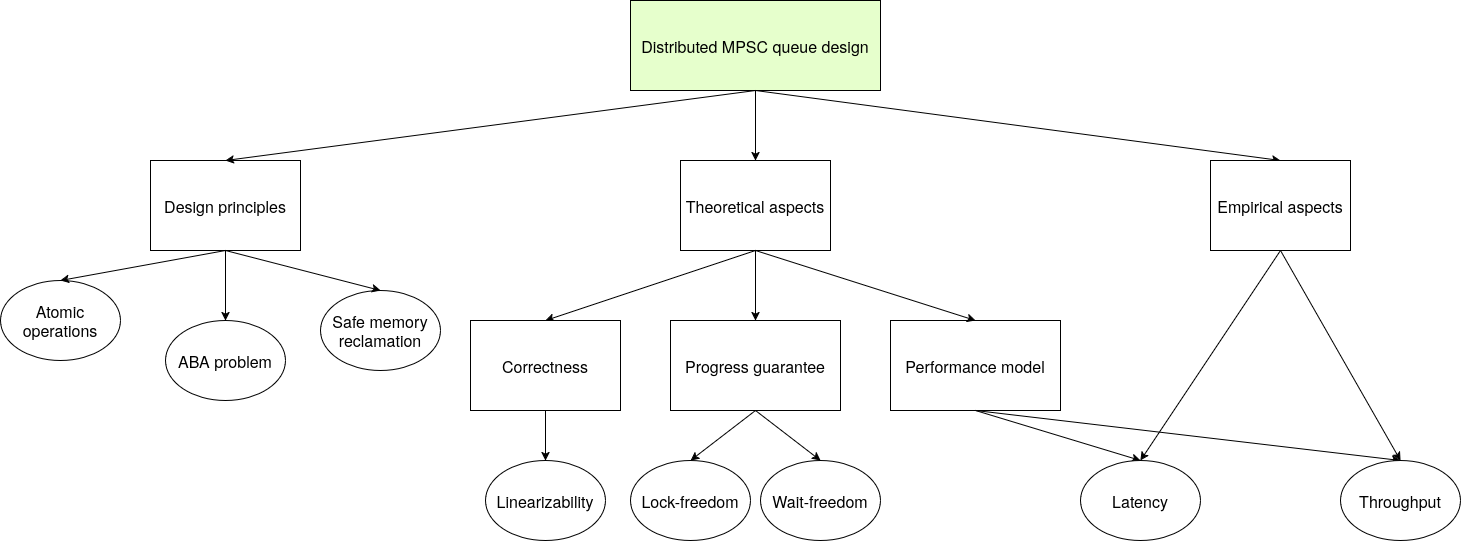
Before: report/static/images/thesis-overview.png, a diagram exported from draw.io (Huy-DNA/MPiSC). Source tidied: cells renumbered, new cells last; positions are measured from the earlier drawing's top-left corner, leaving out a move shared by most shapes. Its diagram source:
```xml
<mxGraphModel>
  <root>
    <mxCell id="0" />
    <mxCell id="1" parent="0" />
    <mxCell id="2" value="Distributed MPSC queue design" style="rounded=0;whiteSpace=wrap;html=1;fontSize=16;fillColor=#E6FFCC;" parent="1" vertex="1">
      <mxGeometry x="630" width="250" height="90" as="geometry" />
    </mxCell>
    <mxCell id="3" style="endArrow=classic;html=1;rounded=0;exitX=0.5;exitY=1;exitDx=0;exitDy=0;entryX=0.5;entryY=0;entryDx=0;entryDy=0;" parent="1" edge="1" source="2" target="5">
      <mxGeometry relative="1" as="geometry" />
    </mxCell>
    <mxCell id="4" style="endArrow=classic;html=1;rounded=0;exitX=0.5;exitY=1;exitDx=0;exitDy=0;entryX=0.5;entryY=0;entryDx=0;entryDy=0;" parent="1" edge="1" source="2" target="6">
      <mxGeometry relative="1" as="geometry" />
    </mxCell>
    <mxCell id="5" value="Theoretical aspects" style="rounded=0;whiteSpace=wrap;html=1;fontSize=16;" parent="1" vertex="1">
      <mxGeometry x="680" y="160" width="150" height="90" as="geometry" />
    </mxCell>
    <mxCell id="6" value="Empirical aspects" style="rounded=0;whiteSpace=wrap;html=1;fontSize=16;" parent="1" vertex="1">
      <mxGeometry x="1210" y="160" width="140" height="90" as="geometry" />
    </mxCell>
    <mxCell id="7" style="endArrow=classic;html=1;rounded=0;exitX=0.5;exitY=1;exitDx=0;exitDy=0;entryX=0.5;entryY=0;entryDx=0;entryDy=0;" parent="1" edge="1" source="5" target="8">
      <mxGeometry relative="1" as="geometry" />
    </mxCell>
    <mxCell id="8" value="Correctness" style="rounded=0;whiteSpace=wrap;html=1;fontSize=16;" parent="1" vertex="1">
      <mxGeometry x="470" y="320" width="150" height="90" as="geometry" />
    </mxCell>
    <mxCell id="9" value="Progress guarantee" style="rounded=0;whiteSpace=wrap;html=1;fontSize=16;" parent="1" vertex="1">
      <mxGeometry x="670" y="320" width="170" height="90" as="geometry" />
    </mxCell>
    <mxCell id="10" style="endArrow=classic;html=1;rounded=0;entryX=0.5;entryY=0;entryDx=0;entryDy=0;exitX=0.5;exitY=1;exitDx=0;exitDy=0;" parent="1" edge="1" source="5" target="9">
      <mxGeometry relative="1" as="geometry" />
    </mxCell>
    <mxCell id="11" value="Performance model" style="rounded=0;whiteSpace=wrap;html=1;fontSize=16;" parent="1" vertex="1">
      <mxGeometry x="890" y="320" width="170" height="90" as="geometry" />
    </mxCell>
    <mxCell id="12" style="endArrow=classic;html=1;rounded=0;entryX=0.5;entryY=0;entryDx=0;entryDy=0;exitX=0.5;exitY=1;exitDx=0;exitDy=0;" parent="1" edge="1" source="5" target="11">
      <mxGeometry relative="1" as="geometry" />
    </mxCell>
    <mxCell id="13" style="endArrow=classic;html=1;rounded=0;exitX=0.5;exitY=1;exitDx=0;exitDy=0;entryX=0.5;entryY=0;entryDx=0;entryDy=0;" parent="1" edge="1" source="6" target="17">
      <mxGeometry relative="1" as="geometry" />
    </mxCell>
    <mxCell id="14" style="endArrow=classic;html=1;rounded=0;exitX=0.5;exitY=1;exitDx=0;exitDy=0;entryX=0.5;entryY=0;entryDx=0;entryDy=0;" parent="1" edge="1" source="6" target="18">
      <mxGeometry relative="1" as="geometry" />
    </mxCell>
    <mxCell id="15" style="endArrow=classic;html=1;rounded=0;exitX=0.5;exitY=1;exitDx=0;exitDy=0;entryX=0.5;entryY=0;entryDx=0;entryDy=0;" parent="1" edge="1" source="11" target="17">
      <mxGeometry relative="1" as="geometry" />
    </mxCell>
    <mxCell id="16" style="endArrow=classic;html=1;rounded=0;exitX=0.5;exitY=1;exitDx=0;exitDy=0;entryX=0.5;entryY=0;entryDx=0;entryDy=0;" parent="1" edge="1" source="11" target="18">
      <mxGeometry relative="1" as="geometry" />
    </mxCell>
    <mxCell id="17" value="Latency" style="ellipse;whiteSpace=wrap;html=1;fontSize=16;" parent="1" vertex="1">
      <mxGeometry x="1080" y="460" width="120" height="80" as="geometry" />
    </mxCell>
    <mxCell id="18" value="Throughput" style="ellipse;whiteSpace=wrap;html=1;fontSize=16;" parent="1" vertex="1">
      <mxGeometry x="1340" y="460" width="120" height="80" as="geometry" />
    </mxCell>
    <mxCell id="19" value="Linearizability" style="ellipse;whiteSpace=wrap;html=1;fontSize=16;" parent="1" vertex="1">
      <mxGeometry x="485" y="460" width="120" height="80" as="geometry" />
    </mxCell>
    <mxCell id="20" style="endArrow=classic;html=1;rounded=0;exitX=0.5;exitY=1;exitDx=0;exitDy=0;entryX=0.5;entryY=0;entryDx=0;entryDy=0;" parent="1" edge="1" source="8" target="19">
      <mxGeometry relative="1" as="geometry" />
    </mxCell>
    <mxCell id="21" style="endArrow=classic;html=1;rounded=0;exitX=0.5;exitY=1;exitDx=0;exitDy=0;entryX=0.5;entryY=0;entryDx=0;entryDy=0;" parent="1" edge="1" source="9" target="22">
      <mxGeometry relative="1" as="geometry" />
    </mxCell>
    <mxCell id="22" value="Lock-freedom" style="ellipse;whiteSpace=wrap;html=1;fontSize=16;" parent="1" vertex="1">
      <mxGeometry x="630" y="460" width="120" height="80" as="geometry" />
    </mxCell>
    <mxCell id="23" value="Wait-freedom" style="ellipse;whiteSpace=wrap;html=1;fontSize=16;" parent="1" vertex="1">
      <mxGeometry x="760" y="460" width="120" height="80" as="geometry" />
    </mxCell>
    <mxCell id="24" value="Design principles" style="rounded=0;whiteSpace=wrap;html=1;fontSize=16;" parent="1" vertex="1">
      <mxGeometry x="150" y="160" width="150" height="90" as="geometry" />
    </mxCell>
    <mxCell id="25" value="Atomic operations" style="ellipse;whiteSpace=wrap;html=1;fontSize=16;" parent="1" vertex="1">
      <mxGeometry y="280" width="120" height="80" as="geometry" />
    </mxCell>
    <mxCell id="26" value="ABA problem" style="ellipse;whiteSpace=wrap;html=1;fontSize=16;" parent="1" vertex="1">
      <mxGeometry x="165" y="320" width="120" height="80" as="geometry" />
    </mxCell>
    <mxCell id="27" value="Safe memory reclamation" style="ellipse;whiteSpace=wrap;html=1;fontSize=16;" parent="1" vertex="1">
      <mxGeometry x="320" y="290" width="120" height="80" as="geometry" />
    </mxCell>
    <mxCell id="28" style="endArrow=classic;html=1;rounded=0;exitX=0.5;exitY=1;exitDx=0;exitDy=0;entryX=0.5;entryY=0;entryDx=0;entryDy=0;" parent="1" edge="1" source="24" target="25">
      <mxGeometry relative="1" as="geometry" />
    </mxCell>
    <mxCell id="29" style="endArrow=classic;html=1;rounded=0;exitX=0.5;exitY=1;exitDx=0;exitDy=0;entryX=0.5;entryY=0;entryDx=0;entryDy=0;" parent="1" edge="1" source="24" target="26">
      <mxGeometry relative="1" as="geometry" />
    </mxCell>
    <mxCell id="30" style="endArrow=classic;html=1;rounded=0;exitX=0.5;exitY=1;exitDx=0;exitDy=0;entryX=0.5;entryY=0;entryDx=0;entryDy=0;" parent="1" edge="1" source="24" target="27">
      <mxGeometry relative="1" as="geometry" />
    </mxCell>
    <mxCell id="31" style="endArrow=classic;html=1;rounded=0;exitX=0.5;exitY=1;exitDx=0;exitDy=0;entryX=0.5;entryY=0;entryDx=0;entryDy=0;" parent="1" edge="1" source="9" target="23">
      <mxGeometry relative="1" as="geometry" />
    </mxCell>
    <mxCell id="32" style="endArrow=classic;html=1;rounded=0;exitX=0.5;exitY=1;exitDx=0;exitDy=0;entryX=0.5;entryY=0;entryDx=0;entryDy=0;" parent="1" edge="1" source="2" target="24">
      <mxGeometry relative="1" as="geometry" />
    </mxCell>
  </root>
</mxGraphModel>
```
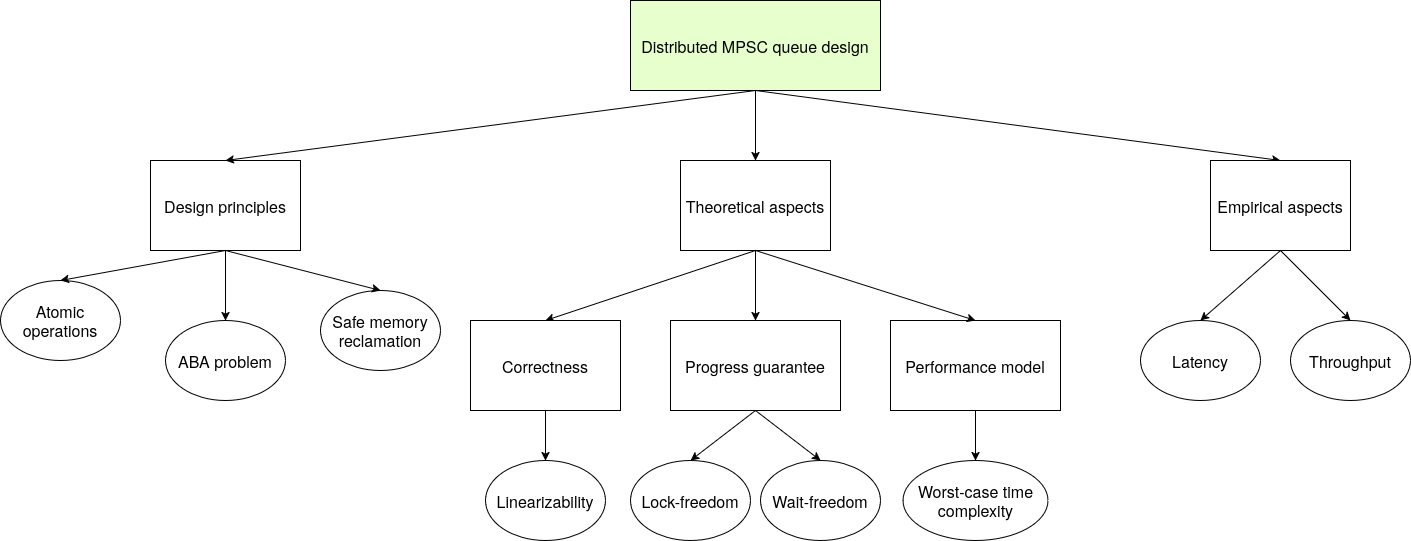
The same file after the commit.

Commit message:
fix(report): thesis overview

Change to the diagram source:
```diff
@@ -41,17 +41,11 @@
     <mxCell id="14" style="endArrow=classic;html=1;rounded=0;exitX=0.5;exitY=1;exitDx=0;exitDy=0;entryX=0.5;entryY=0;entryDx=0;entryDy=0;" parent="1" edge="1" source="6" target="18">
       <mxGeometry relative="1" as="geometry" />
     </mxCell>
-    <mxCell id="15" style="endArrow=classic;html=1;rounded=0;exitX=0.5;exitY=1;exitDx=0;exitDy=0;entryX=0.5;entryY=0;entryDx=0;entryDy=0;" parent="1" edge="1" source="11" target="17">
-      <mxGeometry relative="1" as="geometry" />
-    </mxCell>
-    <mxCell id="16" style="endArrow=classic;html=1;rounded=0;exitX=0.5;exitY=1;exitDx=0;exitDy=0;entryX=0.5;entryY=0;entryDx=0;entryDy=0;" parent="1" edge="1" source="11" target="18">
-      <mxGeometry relative="1" as="geometry" />
-    </mxCell>
     <mxCell id="17" value="Latency" style="ellipse;whiteSpace=wrap;html=1;fontSize=16;" parent="1" vertex="1">
-      <mxGeometry x="1080" y="460" width="120" height="80" as="geometry" />
+      <mxGeometry x="1140" y="320" width="120" height="80" as="geometry" />
     </mxCell>
     <mxCell id="18" value="Throughput" style="ellipse;whiteSpace=wrap;html=1;fontSize=16;" parent="1" vertex="1">
-      <mxGeometry x="1340" y="460" width="120" height="80" as="geometry" />
+      <mxGeometry x="1290" y="320" width="120" height="80" as="geometry" />
     </mxCell>
     <mxCell id="19" value="Linearizability" style="ellipse;whiteSpace=wrap;html=1;fontSize=16;" parent="1" vertex="1">
       <mxGeometry x="485" y="460" width="120" height="80" as="geometry" />
@@ -95,5 +89,11 @@
     <mxCell id="32" style="endArrow=classic;html=1;rounded=0;exitX=0.5;exitY=1;exitDx=0;exitDy=0;entryX=0.5;entryY=0;entryDx=0;entryDy=0;" parent="1" edge="1" source="2" target="24">
       <mxGeometry relative="1" as="geometry" />
     </mxCell>
+    <mxCell id="33" value="Worst-case time complexity" style="ellipse;whiteSpace=wrap;html=1;fontSize=16;" parent="1" vertex="1">
+      <mxGeometry x="902.5" y="460" width="145" height="80" as="geometry" />
+    </mxCell>
+    <mxCell id="34" style="endArrow=classic;html=1;rounded=0;exitX=0.5;exitY=1;exitDx=0;exitDy=0;entryX=0.5;entryY=0;entryDx=0;entryDy=0;" parent="1" edge="1" source="11" target="33">
+      <mxGeometry relative="1" as="geometry" />
+    </mxCell>
   </root>
 </mxGraphModel>
```
